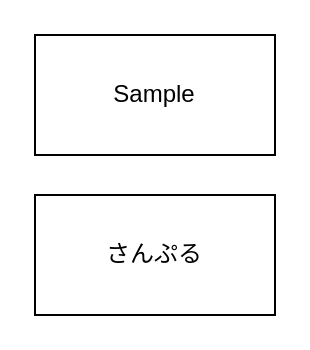
Earlier version of the draw.io diagram page "page2" (2 of 2) of docs/10_Programming/99_Documentation/sample_3.drawio (fereria/reincarnation_tech). Source tidied: cells renumbered, new cells numbered last; positions are measured from the earlier drawing's top-left corner, leaving out a move shared by most shapes. Both pictures are drawn from the tidied source at 200%, with x=0, y=0 at pixel (34, 34).
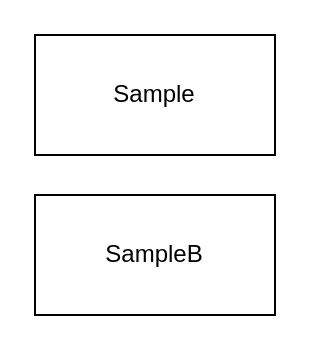
Above is the later version.

Commit message:
日本語を消す

What changed in the source:
```diff
@@
 <mxGraphModel>
   <root>
     <mxCell id="0" />
     <mxCell id="1" parent="0" />
     <mxCell id="2" value="Sample" style="rounded=0;whiteSpace=wrap;html=1;" parent="1" vertex="1">
       <mxGeometry width="120" height="60" as="geometry" />
     </mxCell>
-    <mxCell id="3" value="さんぷる" style="rounded=0;whiteSpace=wrap;html=1;" parent="1" vertex="1">
+    <mxCell id="3" value="SampleB" style="rounded=0;whiteSpace=wrap;html=1;" parent="1" vertex="1">
       <mxGeometry y="80" width="120" height="60" as="geometry" />
     </mxCell>
   </root>
 </mxGraphModel>
```
